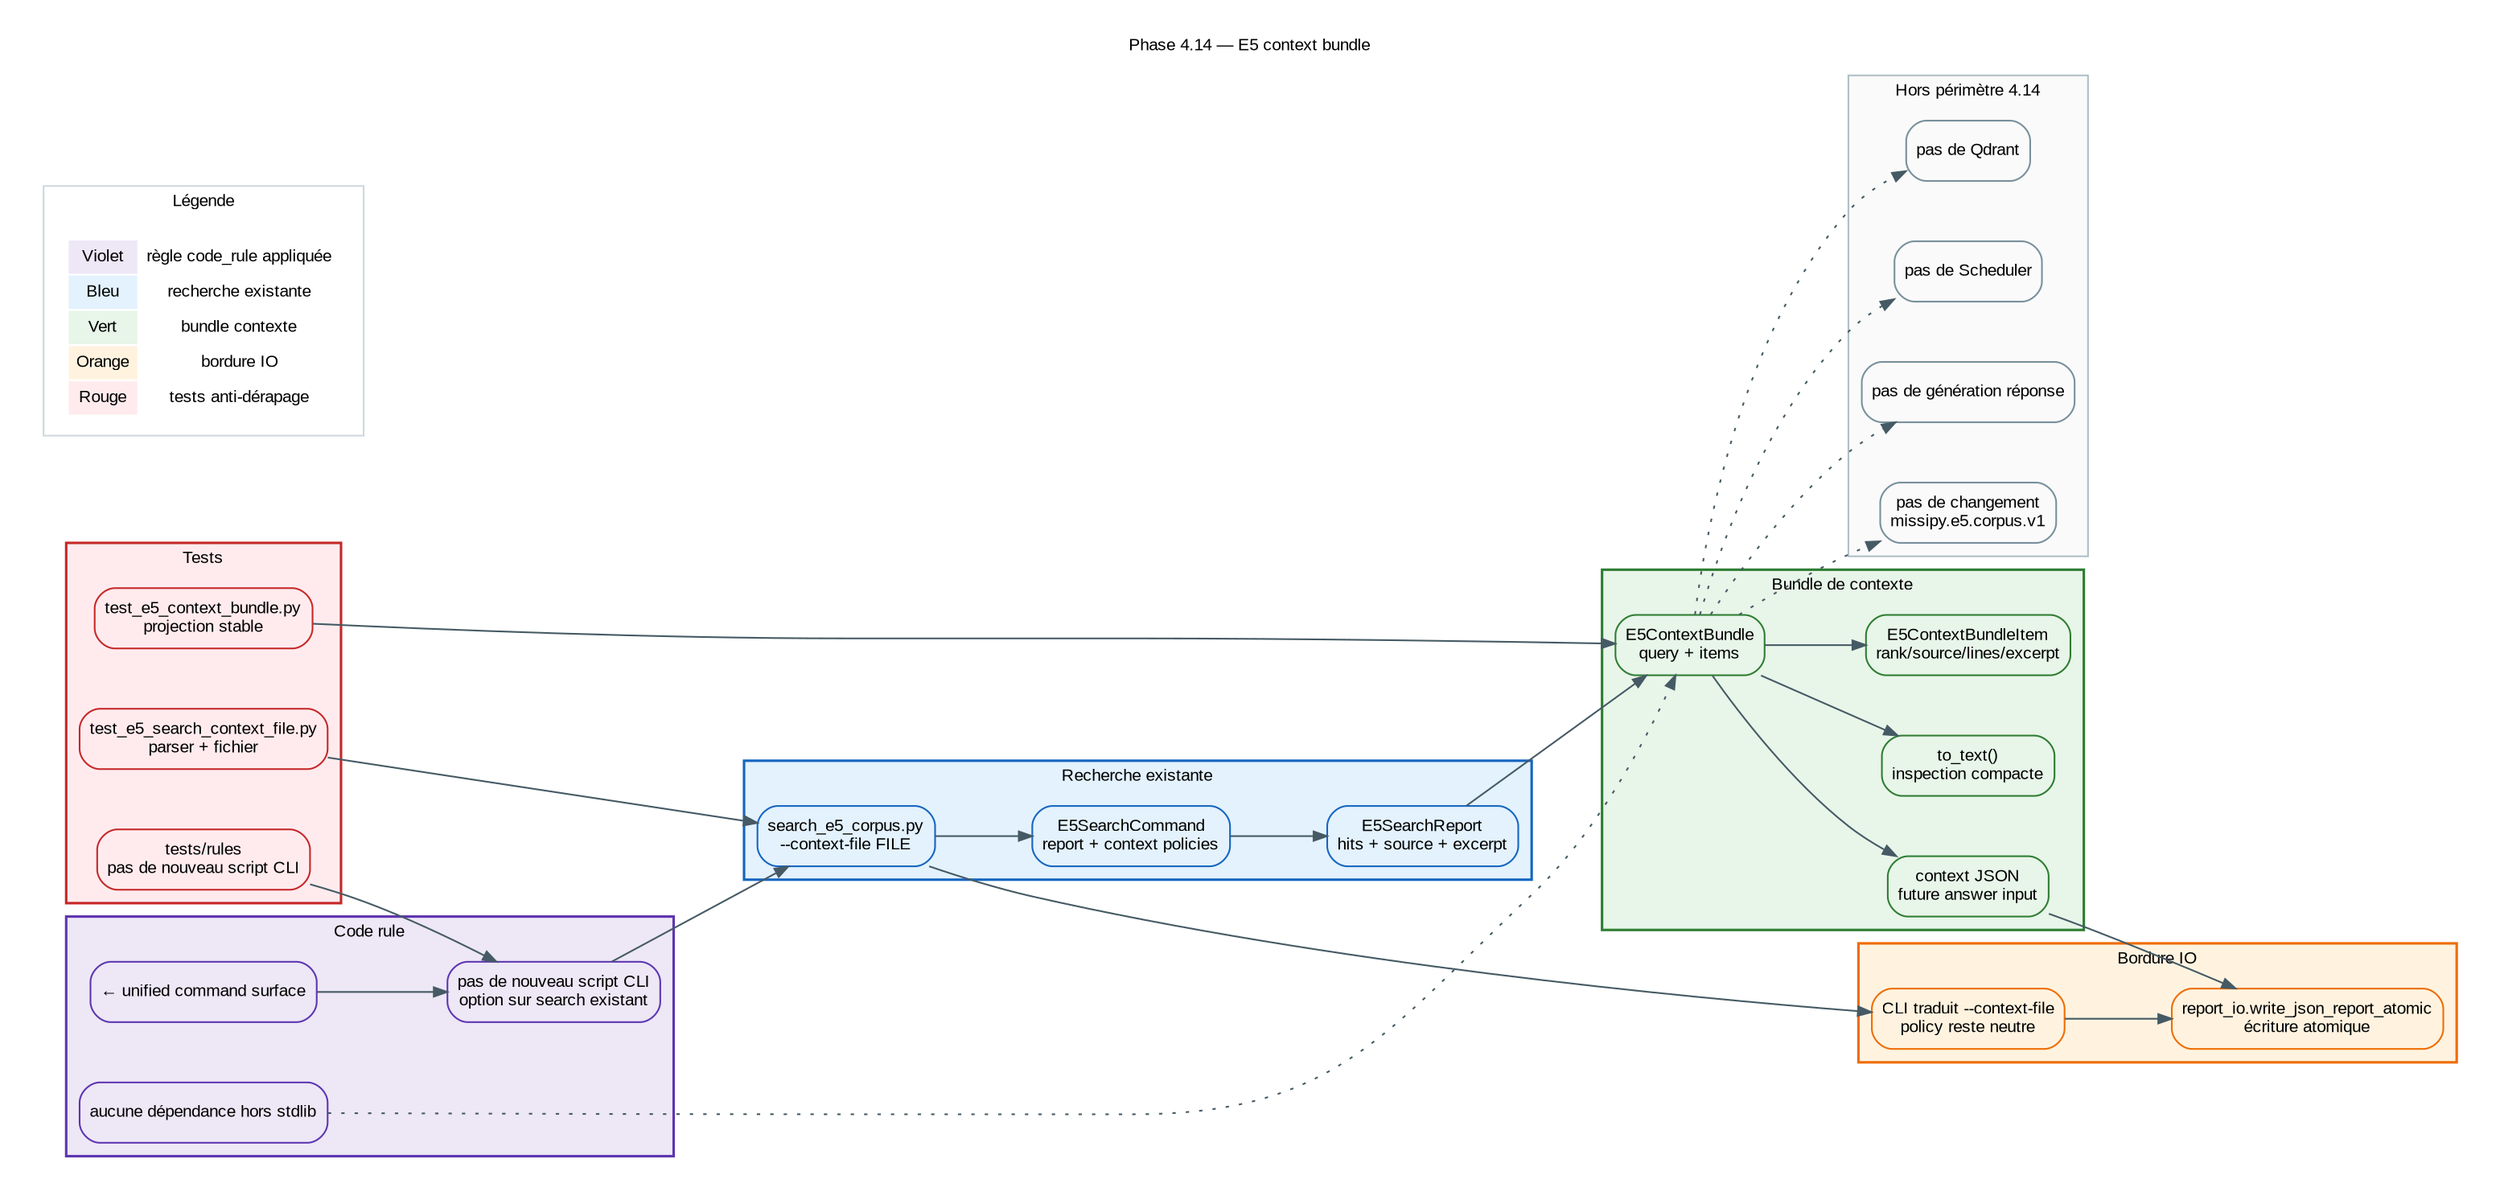
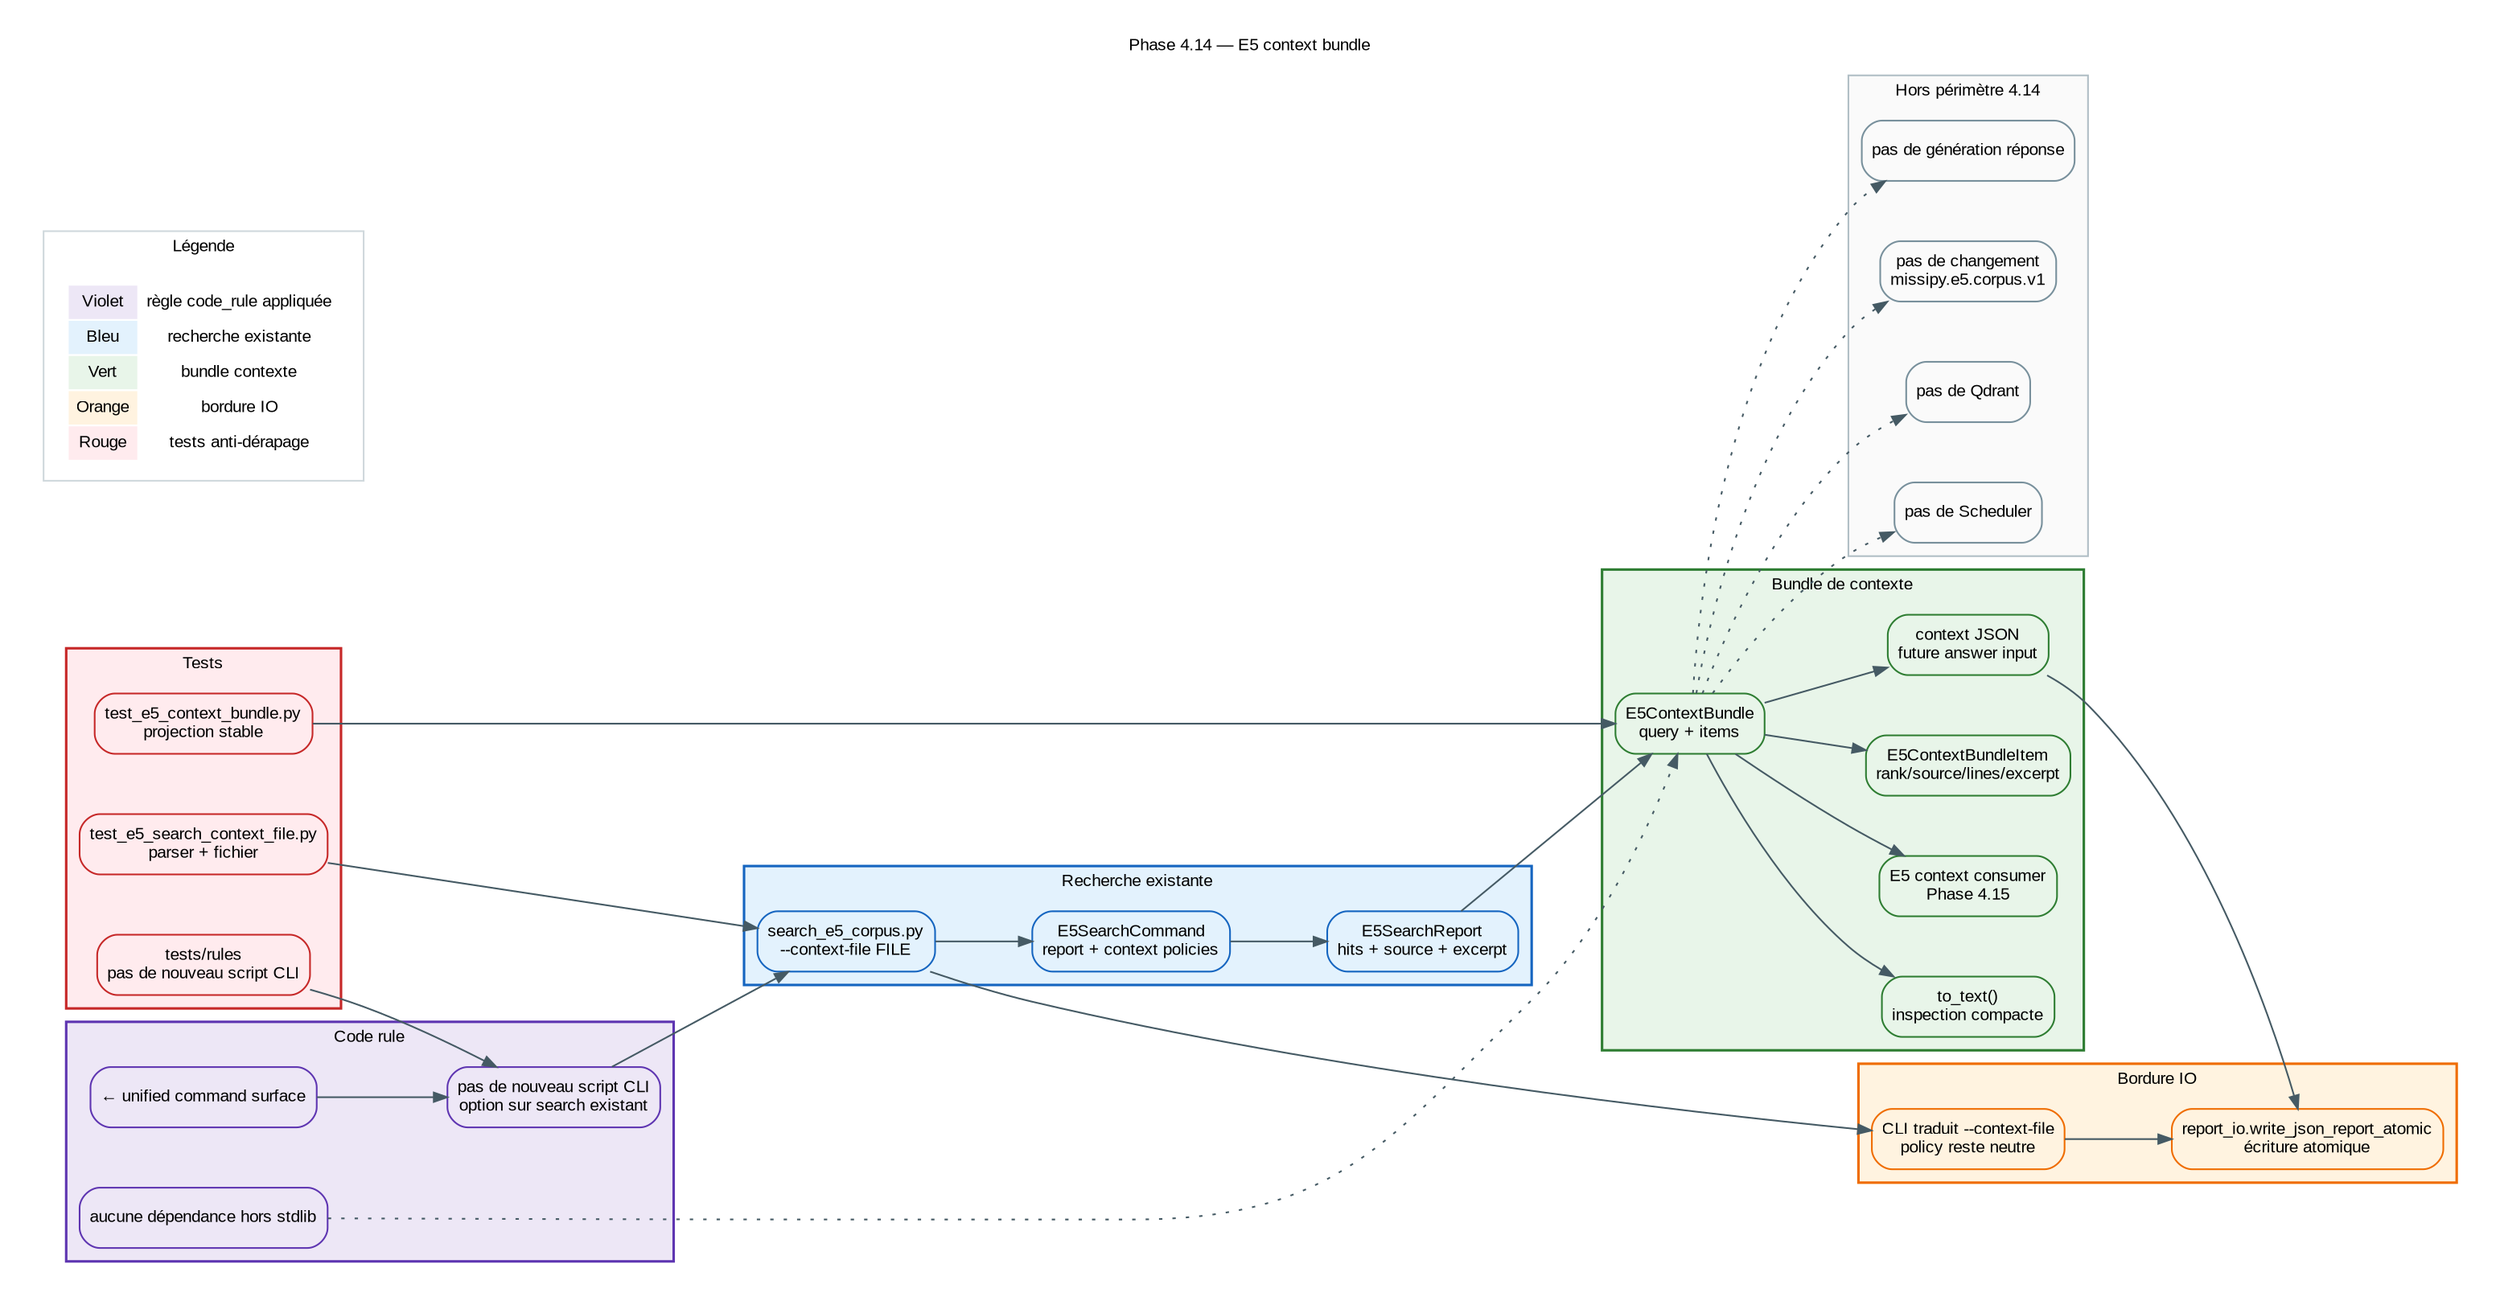
digraph E5ContextBundle {
  // ROADMAP_ID: inference.e5_context_bundle
  // ROADMAP_PARENT: inference/67_e5_unified_command_surface.dot
  // ROADMAP_NOTE[phase4_14]:
  // Produit un bundle de contexte JSON depuis les hits search E5, sans nouveau script CLI et sans backend supplémentaire.

  rankdir=LR;
  graph [
    fontname="Arial",
    fontsize=10,
    labelloc="t",
    label="Phase 4.14 — E5 context bundle",
    bgcolor="white",
    pad=0.25,
    nodesep=0.5,
    ranksep=0.8
  ];
  node [shape=box, style="filled,rounded", fontname="Arial", fontsize=10, margin="0.09,0.06"];
  edge [fontname="Arial", fontsize=9, color="#455a64", arrowsize=0.8];

  subgraph cluster_rule {
    label="Code rule";
    color="#5e35b1";
    bgcolor="#ede7f6";
    penwidth=1.5;
    node [fillcolor="#ede7f6", color="#5e35b1"];
    Parent [label="← unified command surface", URL="67_e5_unified_command_surface.svg"];
    NoNewScript [label="pas de nouveau script CLI\noption sur search existant"];
    NoDeps [label="aucune dépendance hors stdlib"];
  }

  subgraph cluster_search {
    label="Recherche existante";
    color="#1565c0";
    bgcolor="#e3f2fd";
    penwidth=1.5;
    node [fillcolor="#e3f2fd", color="#1565c0"];
    SearchCli [label="search_e5_corpus.py\n--context-file FILE", URL="65_e5_search_report_file.svg"];
    SearchCommand [label="E5SearchCommand\nreport + context policies"];
    SearchReport [label="E5SearchReport\nhits + source + excerpt", URL="52_e5_search_report.svg"];
  }

  subgraph cluster_context {
    label="Bundle de contexte";
    color="#2e7d32";
    bgcolor="#e8f5e9";
    penwidth=1.5;
    node [fillcolor="#e8f5e9", color="#2e7d32"];
    Bundle [label="E5ContextBundle\nquery + items"];
    Item [label="E5ContextBundleItem\nrank/source/lines/excerpt"];
    Json [label="context JSON\nfuture answer input"];
    Text [label="to_text()\ninspection compacte"];
+     Consumer [label="E5 context consumer\nPhase 4.15", URL="69_e5_context_consumer.svg"];
  }

  subgraph cluster_io {
    label="Bordure IO";
    color="#ef6c00";
    bgcolor="#fff3e0";
    penwidth=1.5;
    node [fillcolor="#fff3e0", color="#ef6c00"];
    ReportIO [label="report_io.write_json_report_atomic\nécriture atomique"];
    Boundary [label="CLI traduit --context-file\npolicy reste neutre"];
  }

  subgraph cluster_tests {
    label="Tests";
    color="#c62828";
    bgcolor="#ffebee";
    penwidth=1.5;
    node [fillcolor="#ffebee", color="#c62828"];
    ContextTests [label="test_e5_context_bundle.py\nprojection stable"];
    CliTests [label="test_e5_search_context_file.py\nparser + fichier"];
    RuleTests [label="tests/rules\npas de nouveau script CLI"];
  }

  Parent -> NoNewScript;
  NoNewScript -> SearchCli;
  NoDeps -> Bundle [style=dotted];
  SearchCli -> SearchCommand;
  SearchCommand -> SearchReport;
  SearchReport -> Bundle;
  Bundle -> Item;
  Bundle -> Json;
  Bundle -> Text;
+   Bundle -> Consumer;
  Json -> ReportIO;
  Boundary -> ReportIO;
  SearchCli -> Boundary;

  ContextTests -> Bundle;
  CliTests -> SearchCli;
  RuleTests -> NoNewScript;

  subgraph cluster_scope {
    label="Hors périmètre 4.14";
    color="#b0bec5";
    bgcolor="#fafafa";
    node [fillcolor="#fafafa", color="#78909c"];
    NoQdrant [label="pas de Qdrant"];
    NoScheduler [label="pas de Scheduler"];
    NoLlm [label="pas de génération réponse"];
    NoSchema [label="pas de changement\nmissipy.e5.corpus.v1"];
  }

  Bundle -> NoQdrant [style=dotted];
  Bundle -> NoScheduler [style=dotted];
  Bundle -> NoLlm [style=dotted];
  Bundle -> NoSchema [style=dotted];

  subgraph cluster_legend {
    label="Légende";
    color="#cfd8dc";
    bgcolor="#ffffff";
    penwidth=1.0;
    node [shape=plaintext, fillcolor="#ffffff", color="#ffffff"];
    Legend [label=<
      <TABLE BORDER="0" CELLBORDER="1" CELLSPACING="0" CELLPADDING="4">
        <TR><TD BGCOLOR="#ede7f6">Violet</TD><TD>règle code_rule appliquée</TD></TR>
        <TR><TD BGCOLOR="#e3f2fd">Bleu</TD><TD>recherche existante</TD></TR>
        <TR><TD BGCOLOR="#e8f5e9">Vert</TD><TD>bundle contexte</TD></TR>
        <TR><TD BGCOLOR="#fff3e0">Orange</TD><TD>bordure IO</TD></TR>
        <TR><TD BGCOLOR="#ffebee">Rouge</TD><TD>tests anti-dérapage</TD></TR>
      </TABLE>
    >];
  }

  // HTML_DETAIL[phase4_14]:
  // title: E5 context bundle
  // summary: search peut écrire un bundle JSON de contexte directement exploitable par un futur composant réponse.
-   // technical: E5ContextBundle est dérivé de E5SearchReport ; l'écriture reste centralisée dans report_io ; aucun nouveau script CLI n'est ajouté.
+   // technical: E5ContextBundle est dérivé de E5SearchReport ; l'écriture reste centralisée dans report_io ; aucun nouveau script CLI n'est ajouté. Phase 4.15 ajoute un consommateur pur via 69_e5_context_consumer.dot.
  // ui_hint: Afficher les items comme un contexte ordonné avec source, lignes, score et extrait.
}
